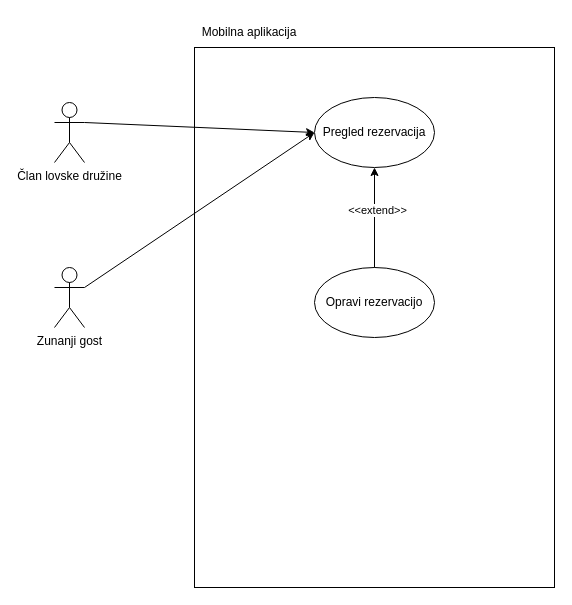
The draw.io diagram Skrbnistvo Lovskih Koc-Primer uporabe.drawio in ErnestISv/Lovstvo, before the edit. Source tidied: cells renumbered, new cells numbered last; positions are measured from the earlier drawing's top-left corner, leaving out a move shared by most shapes. Both pictures are drawn from the tidied source at 100%, with x=0, y=0 at pixel (54, 17).
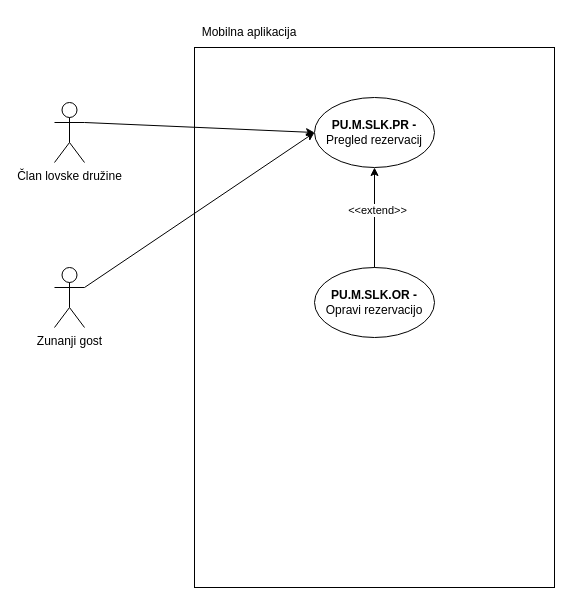
After the change.

Change to the diagram source:
```diff
@@
 <mxGraphModel>
   <root>
     <mxCell id="0" />
     <mxCell id="1" parent="0" />
     <mxCell id="2" style="rounded=0;whiteSpace=wrap;html=1;" parent="1" vertex="1">
       <mxGeometry x="140" y="30" width="360" height="540" as="geometry" />
     </mxCell>
-    <mxCell id="3" value="Pregled rezervacija" style="ellipse;whiteSpace=wrap;html=1;" parent="1" vertex="1">
+    <mxCell id="3" value="&lt;b&gt;PU.M.SLK.PR -&lt;/b&gt; Pregled rezervacij" style="ellipse;whiteSpace=wrap;html=1;" parent="1" vertex="1">
       <mxGeometry x="260" y="80" width="120" height="70" as="geometry" />
     </mxCell>
-    <mxCell id="4" value="Opravi rezervacijo" style="ellipse;whiteSpace=wrap;html=1;" parent="1" vertex="1">
+    <mxCell id="4" value="&lt;b&gt;PU.M.SLK.OR -&lt;/b&gt; Opravi rezervacijo" style="ellipse;whiteSpace=wrap;html=1;" parent="1" vertex="1">
       <mxGeometry x="260" y="250" width="120" height="70" as="geometry" />
     </mxCell>
     <mxCell id="5" value="Mobilna aplikacija" style="text;html=1;align=center;verticalAlign=middle;whiteSpace=wrap;rounded=0;" parent="1" vertex="1">
       <mxGeometry x="140" width="110" height="30" as="geometry" />
     </mxCell>
     <mxCell id="6" style="endArrow=classic;html=1;rounded=0;exitX=0.5;exitY=0;exitDx=0;exitDy=0;entryX=0.5;entryY=1;entryDx=0;entryDy=0;" parent="1" edge="1" source="4" target="3">
       <mxGeometry relative="1" as="geometry" />
     </mxCell>
     <mxCell id="7" value="&amp;lt;&amp;lt;extend&amp;gt;&amp;gt;" style="edgeLabel;html=1;align=center;verticalAlign=middle;" parent="6" vertex="1">
       <mxGeometry x="0.16" y="-2" relative="1" as="geometry" />
     </mxCell>
     <mxCell id="8" value="Član lovske družine" style="shape=umlActor;verticalLabelPosition=bottom;verticalAlign=top;html=1;outlineConnect=0;" parent="1" vertex="1">
       <mxGeometry y="85" width="30" height="60" as="geometry" />
     </mxCell>
     <mxCell id="9" value="Zunanji gost" style="shape=umlActor;verticalLabelPosition=bottom;verticalAlign=top;html=1;outlineConnect=0;" parent="1" vertex="1">
       <mxGeometry y="250" width="30" height="60" as="geometry" />
     </mxCell>
     <mxCell id="10" style="endArrow=classic;html=1;rounded=0;exitX=1;exitY=0.3333333333333333;exitDx=0;exitDy=0;exitPerimeter=0;entryX=0;entryY=0.5;entryDx=0;entryDy=0;" parent="1" edge="1" source="8" target="3">
       <mxGeometry relative="1" as="geometry" />
     </mxCell>
     <mxCell id="11" style="endArrow=classic;html=1;rounded=0;exitX=1;exitY=0.3333333333333333;exitDx=0;exitDy=0;exitPerimeter=0;entryX=0;entryY=0.5;entryDx=0;entryDy=0;" parent="1" edge="1" source="9" target="3">
       <mxGeometry relative="1" as="geometry" />
     </mxCell>
   </root>
 </mxGraphModel>
```
